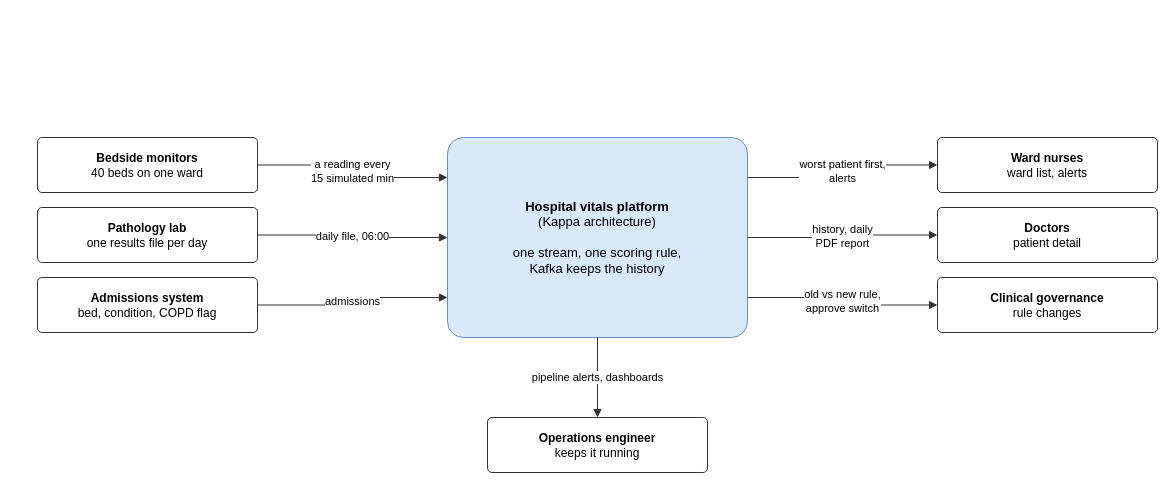
Before: docs/diagrams/D1-context.drawio in Ashfaq-Riyaldeen/hospital-vitals-kappa, a draw.io diagram. Source tidied: cells renumbered, new cells numbered last; positions are measured from the earlier drawing's top-left corner, leaving out a move shared by most shapes. Both pictures are drawn from the tidied source at 100%, with x=0, y=0 at pixel (37, 137).
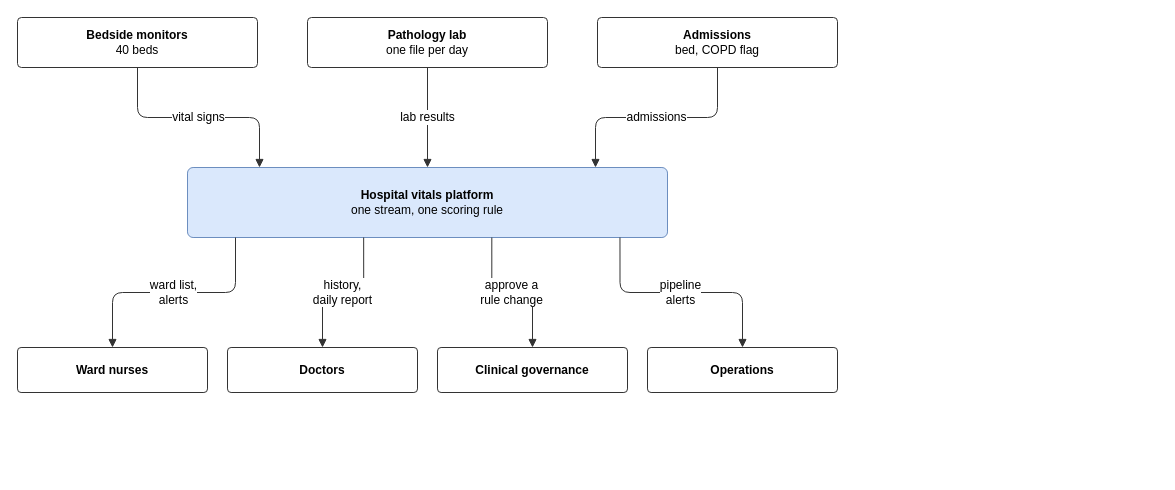
After the change.

What changed in the source:
```diff
@@
 <mxGraphModel>
   <root>
     <mxCell id="0" />
     <mxCell id="1" parent="0" />
-    <mxCell id="2" value="&lt;b&gt;Hospital vitals platform&lt;/b&gt;&lt;br&gt;(Kappa architecture)&lt;br&gt;&lt;br&gt;one stream, one scoring rule,&lt;br&gt;Kafka keeps the history" style="whiteSpace=wrap;html=1;rounded=1;arcSize=8;fontFamily=Helvetica;fontSize=12;fillColor=#dae8fc;strokeColor=#6c8ebf;fontSize=13;" parent="1" vertex="1">
-      <mxGeometry x="410" width="300" height="200" as="geometry" />
+    <mxCell id="2" value="&lt;b&gt;Hospital vitals platform&lt;/b&gt;&lt;br&gt;one stream, one scoring rule" style="whiteSpace=wrap;html=1;rounded=1;arcSize=8;fontFamily=Helvetica;fontSize=12;fillColor=#dae8fc;strokeColor=#6c8ebf;" parent="1" vertex="1">
+      <mxGeometry x="150" y="30" width="480" height="70" as="geometry" />
     </mxCell>
-    <mxCell id="3" value="&lt;b&gt;Bedside monitors&lt;/b&gt;&lt;br&gt;40 beds on one ward" style="whiteSpace=wrap;html=1;rounded=1;arcSize=8;fontFamily=Helvetica;fontSize=12;fillColor=#ffffff;strokeColor=#333333;" parent="1" vertex="1">
-      <mxGeometry width="220" height="55" as="geometry" />
+    <mxCell id="3" value="&lt;b&gt;Bedside monitors&lt;/b&gt;&lt;br&gt;40 beds" style="whiteSpace=wrap;html=1;rounded=1;arcSize=8;fontFamily=Helvetica;fontSize=12;fillColor=#ffffff;strokeColor=#333333;" parent="1" vertex="1">
+      <mxGeometry x="-20" y="-120" width="240" height="50" as="geometry" />
     </mxCell>
-    <mxCell id="4" value="a reading every&lt;br&gt;15 simulated min" style="edgeStyle=orthogonalEdgeStyle;rounded=1;html=1;endArrow=block;endFill=1;fontFamily=Helvetica;fontSize=12;fontSize=11;labelBackgroundColor=#ffffff;strokeColor=#333333;jumpStyle=arc;jumpSize=8;exitX=1;exitY=0.5;exitDx=0;exitDy=0;entryX=0;entryY=0.2;entryDx=0;entryDy=0;" parent="1" edge="1" source="3" target="2">
+    <mxCell id="4" value="vital signs" style="edgeStyle=orthogonalEdgeStyle;rounded=1;html=1;endArrow=block;endFill=1;fontFamily=Helvetica;fontSize=12;labelBackgroundColor=#ffffff;strokeColor=#333333;jumpStyle=arc;jumpSize=8;exitX=0.5;exitY=1;exitDx=0;exitDy=0;entryX=0.15;entryY=0;entryDx=0;entryDy=0;" parent="1" edge="1" source="3" target="2">
       <mxGeometry relative="1" as="geometry" />
     </mxCell>
-    <mxCell id="5" value="&lt;b&gt;Pathology lab&lt;/b&gt;&lt;br&gt;one results file per day" style="whiteSpace=wrap;html=1;rounded=1;arcSize=8;fontFamily=Helvetica;fontSize=12;fillColor=#ffffff;strokeColor=#333333;" parent="1" vertex="1">
-      <mxGeometry y="70" width="220" height="55" as="geometry" />
+    <mxCell id="5" value="&lt;b&gt;Pathology lab&lt;/b&gt;&lt;br&gt;one file per day" style="whiteSpace=wrap;html=1;rounded=1;arcSize=8;fontFamily=Helvetica;fontSize=12;fillColor=#ffffff;strokeColor=#333333;" parent="1" vertex="1">
+      <mxGeometry x="270" y="-120" width="240" height="50" as="geometry" />
     </mxCell>
-    <mxCell id="6" value="daily file, 06:00" style="edgeStyle=orthogonalEdgeStyle;rounded=1;html=1;endArrow=block;endFill=1;fontFamily=Helvetica;fontSize=12;fontSize=11;labelBackgroundColor=#ffffff;strokeColor=#333333;jumpStyle=arc;jumpSize=8;exitX=1;exitY=0.5;exitDx=0;exitDy=0;entryX=0;entryY=0.5;entryDx=0;entryDy=0;" parent="1" edge="1" source="5" target="2">
+    <mxCell id="6" value="lab results" style="edgeStyle=orthogonalEdgeStyle;rounded=1;html=1;endArrow=block;endFill=1;fontFamily=Helvetica;fontSize=12;labelBackgroundColor=#ffffff;strokeColor=#333333;jumpStyle=arc;jumpSize=8;exitX=0.5;exitY=1;exitDx=0;exitDy=0;entryX=0.5;entryY=0;entryDx=0;entryDy=0;" parent="1" edge="1" source="5" target="2">
       <mxGeometry relative="1" as="geometry" />
     </mxCell>
-    <mxCell id="7" value="&lt;b&gt;Admissions system&lt;/b&gt;&lt;br&gt;bed, condition, COPD flag" style="whiteSpace=wrap;html=1;rounded=1;arcSize=8;fontFamily=Helvetica;fontSize=12;fillColor=#ffffff;strokeColor=#333333;" parent="1" vertex="1">
-      <mxGeometry y="140" width="220" height="55" as="geometry" />
+    <mxCell id="7" value="&lt;b&gt;Admissions&lt;/b&gt;&lt;br&gt;bed, COPD flag" style="whiteSpace=wrap;html=1;rounded=1;arcSize=8;fontFamily=Helvetica;fontSize=12;fillColor=#ffffff;strokeColor=#333333;" parent="1" vertex="1">
+      <mxGeometry x="560" y="-120" width="240" height="50" as="geometry" />
     </mxCell>
-    <mxCell id="8" value="admissions" style="edgeStyle=orthogonalEdgeStyle;rounded=1;html=1;endArrow=block;endFill=1;fontFamily=Helvetica;fontSize=12;fontSize=11;labelBackgroundColor=#ffffff;strokeColor=#333333;jumpStyle=arc;jumpSize=8;exitX=1;exitY=0.5;exitDx=0;exitDy=0;entryX=0;entryY=0.8;entryDx=0;entryDy=0;" parent="1" edge="1" source="7" target="2">
+    <mxCell id="8" value="admissions" style="edgeStyle=orthogonalEdgeStyle;rounded=1;html=1;endArrow=block;endFill=1;fontFamily=Helvetica;fontSize=12;labelBackgroundColor=#ffffff;strokeColor=#333333;jumpStyle=arc;jumpSize=8;exitX=0.5;exitY=1;exitDx=0;exitDy=0;entryX=0.85;entryY=0;entryDx=0;entryDy=0;" parent="1" edge="1" source="7" target="2">
       <mxGeometry relative="1" as="geometry" />
     </mxCell>
-    <mxCell id="9" value="&lt;b&gt;Ward nurses&lt;/b&gt;&lt;br&gt;ward list, alerts" style="whiteSpace=wrap;html=1;rounded=1;arcSize=8;fontFamily=Helvetica;fontSize=12;fillColor=#ffffff;strokeColor=#333333;" parent="1" vertex="1">
-      <mxGeometry x="900" width="220" height="55" as="geometry" />
+    <mxCell id="9" value="&lt;b&gt;Ward nurses&lt;/b&gt;" style="whiteSpace=wrap;html=1;rounded=1;arcSize=8;fontFamily=Helvetica;fontSize=12;fillColor=#ffffff;strokeColor=#333333;" parent="1" vertex="1">
+      <mxGeometry x="-20" y="210" width="190" height="45" as="geometry" />
     </mxCell>
-    <mxCell id="10" value="worst patient first,&lt;br&gt;alerts" style="edgeStyle=orthogonalEdgeStyle;rounded=1;html=1;endArrow=block;endFill=1;fontFamily=Helvetica;fontSize=12;fontSize=11;labelBackgroundColor=#ffffff;strokeColor=#333333;jumpStyle=arc;jumpSize=8;exitX=1;exitY=0.2;exitDx=0;exitDy=0;entryX=0;entryY=0.5;entryDx=0;entryDy=0;" parent="1" edge="1" source="2" target="9">
+    <mxCell id="10" value="ward list,&lt;br&gt;alerts" style="edgeStyle=orthogonalEdgeStyle;rounded=1;html=1;endArrow=block;endFill=1;fontFamily=Helvetica;fontSize=12;labelBackgroundColor=#ffffff;strokeColor=#333333;jumpStyle=arc;jumpSize=8;exitX=0.1;exitY=1;exitDx=0;exitDy=0;entryX=0.5;entryY=0;entryDx=0;entryDy=0;" parent="1" edge="1" source="2" target="9">
       <mxGeometry relative="1" as="geometry" />
     </mxCell>
-    <mxCell id="11" value="&lt;b&gt;Doctors&lt;/b&gt;&lt;br&gt;patient detail" style="whiteSpace=wrap;html=1;rounded=1;arcSize=8;fontFamily=Helvetica;fontSize=12;fillColor=#ffffff;strokeColor=#333333;" parent="1" vertex="1">
-      <mxGeometry x="900" y="70" width="220" height="55" as="geometry" />
+    <mxCell id="11" value="&lt;b&gt;Doctors&lt;/b&gt;" style="whiteSpace=wrap;html=1;rounded=1;arcSize=8;fontFamily=Helvetica;fontSize=12;fillColor=#ffffff;strokeColor=#333333;" parent="1" vertex="1">
+      <mxGeometry x="190" y="210" width="190" height="45" as="geometry" />
     </mxCell>
-    <mxCell id="12" value="history, daily&lt;br&gt;PDF report" style="edgeStyle=orthogonalEdgeStyle;rounded=1;html=1;endArrow=block;endFill=1;fontFamily=Helvetica;fontSize=12;fontSize=11;labelBackgroundColor=#ffffff;strokeColor=#333333;jumpStyle=arc;jumpSize=8;exitX=1;exitY=0.5;exitDx=0;exitDy=0;entryX=0;entryY=0.5;entryDx=0;entryDy=0;" parent="1" edge="1" source="2" target="11">
+    <mxCell id="12" value="history,&lt;br&gt;daily report" style="edgeStyle=orthogonalEdgeStyle;rounded=1;html=1;endArrow=block;endFill=1;fontFamily=Helvetica;fontSize=12;labelBackgroundColor=#ffffff;strokeColor=#333333;jumpStyle=arc;jumpSize=8;exitX=0.367;exitY=1;exitDx=0;exitDy=0;entryX=0.5;entryY=0;entryDx=0;entryDy=0;" parent="1" edge="1" source="2" target="11">
       <mxGeometry relative="1" as="geometry" />
     </mxCell>
-    <mxCell id="13" value="&lt;b&gt;Clinical governance&lt;/b&gt;&lt;br&gt;rule changes" style="whiteSpace=wrap;html=1;rounded=1;arcSize=8;fontFamily=Helvetica;fontSize=12;fillColor=#ffffff;strokeColor=#333333;" parent="1" vertex="1">
-      <mxGeometry x="900" y="140" width="220" height="55" as="geometry" />
+    <mxCell id="13" value="&lt;b&gt;Clinical governance&lt;/b&gt;" style="whiteSpace=wrap;html=1;rounded=1;arcSize=8;fontFamily=Helvetica;fontSize=12;fillColor=#ffffff;strokeColor=#333333;" parent="1" vertex="1">
+      <mxGeometry x="400" y="210" width="190" height="45" as="geometry" />
     </mxCell>
-    <mxCell id="14" value="old vs new rule,&lt;br&gt;approve switch" style="edgeStyle=orthogonalEdgeStyle;rounded=1;html=1;endArrow=block;endFill=1;fontFamily=Helvetica;fontSize=12;fontSize=11;labelBackgroundColor=#ffffff;strokeColor=#333333;jumpStyle=arc;jumpSize=8;exitX=1;exitY=0.8;exitDx=0;exitDy=0;entryX=0;entryY=0.5;entryDx=0;entryDy=0;" parent="1" edge="1" source="2" target="13">
+    <mxCell id="14" value="approve a&lt;br&gt;rule change" style="edgeStyle=orthogonalEdgeStyle;rounded=1;html=1;endArrow=block;endFill=1;fontFamily=Helvetica;fontSize=12;labelBackgroundColor=#ffffff;strokeColor=#333333;jumpStyle=arc;jumpSize=8;exitX=0.634;exitY=1;exitDx=0;exitDy=0;entryX=0.5;entryY=0;entryDx=0;entryDy=0;" parent="1" edge="1" source="2" target="13">
       <mxGeometry relative="1" as="geometry" />
     </mxCell>
-    <mxCell id="15" value="&lt;b&gt;Operations engineer&lt;/b&gt;&lt;br&gt;keeps it running" style="whiteSpace=wrap;html=1;rounded=1;arcSize=8;fontFamily=Helvetica;fontSize=12;fillColor=#ffffff;strokeColor=#333333;" parent="1" vertex="1">
-      <mxGeometry x="450" y="280" width="220" height="55" as="geometry" />
+    <mxCell id="15" value="&lt;b&gt;Operations&lt;/b&gt;" style="whiteSpace=wrap;html=1;rounded=1;arcSize=8;fontFamily=Helvetica;fontSize=12;fillColor=#ffffff;strokeColor=#333333;" parent="1" vertex="1">
+      <mxGeometry x="610" y="210" width="190" height="45" as="geometry" />
     </mxCell>
-    <mxCell id="16" value="pipeline alerts, dashboards" style="edgeStyle=orthogonalEdgeStyle;rounded=1;html=1;endArrow=block;endFill=1;fontFamily=Helvetica;fontSize=12;fontSize=11;labelBackgroundColor=#ffffff;strokeColor=#333333;jumpStyle=arc;jumpSize=8;exitX=0.5;exitY=1;exitDx=0;exitDy=0;entryX=0.5;entryY=0;entryDx=0;entryDy=0;" parent="1" edge="1" source="2" target="15">
+    <mxCell id="16" value="pipeline&lt;br&gt;alerts" style="edgeStyle=orthogonalEdgeStyle;rounded=1;html=1;endArrow=block;endFill=1;fontFamily=Helvetica;fontSize=12;labelBackgroundColor=#ffffff;strokeColor=#333333;jumpStyle=arc;jumpSize=8;exitX=0.901;exitY=1;exitDx=0;exitDy=0;entryX=0.5;entryY=0;entryDx=0;entryDy=0;" parent="1" edge="1" source="2" target="15">
       <mxGeometry relative="1" as="geometry" />
     </mxCell>
   </root>
 </mxGraphModel>
```
